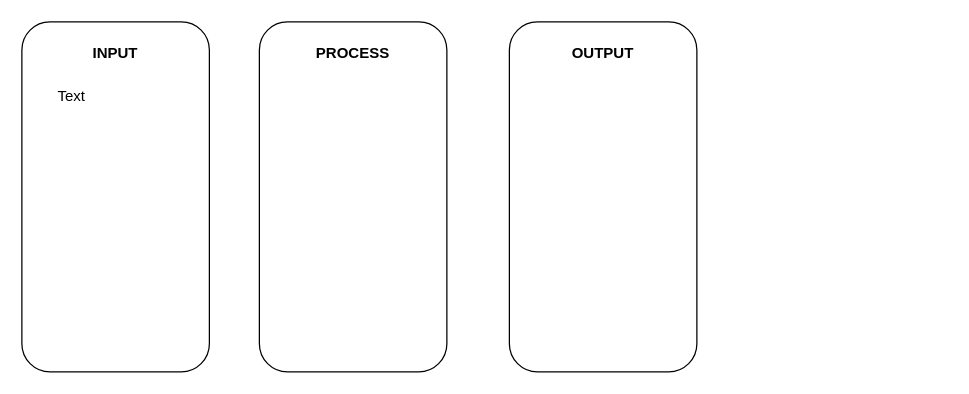
The draw.io diagram conceptual.drawio in AriesJ12/Full-fledge-website-first-, before the edit. Source tidied: cells renumbered, new cells numbered last; positions are measured from the earlier drawing's top-left corner, leaving out a move shared by most shapes. Both pictures are drawn from the tidied source at 125%, with x=0, y=0 at pixel (21, 21).
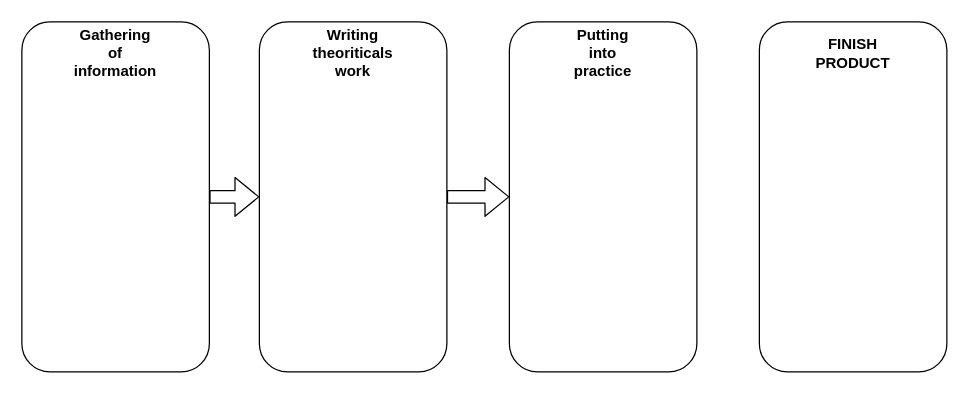
The same diagram, later.

Change to the diagram source:
```diff
@@
 <mxGraphModel>
   <root>
     <mxCell id="0" />
     <mxCell id="1" parent="0" />
+    <mxCell id="9" style="edgeStyle=none;html=1;exitX=1;exitY=0.5;exitDx=0;exitDy=0;entryX=0;entryY=0.5;entryDx=0;entryDy=0;shape=flexArrow;" parent="1" edge="1" source="2" target="3">
+      <mxGeometry relative="1" as="geometry" />
+    </mxCell>
     <mxCell id="2" style="rounded=1;whiteSpace=wrap;html=1;" parent="1" vertex="1">
       <mxGeometry width="150" height="280" as="geometry" />
     </mxCell>
+    <mxCell id="10" style="edgeStyle=none;shape=flexArrow;html=1;exitX=1;exitY=0.5;exitDx=0;exitDy=0;entryX=0;entryY=0.5;entryDx=0;entryDy=0;" parent="1" edge="1" source="3" target="4">
+      <mxGeometry relative="1" as="geometry" />
+    </mxCell>
     <mxCell id="3" style="rounded=1;whiteSpace=wrap;html=1;" parent="1" vertex="1">
       <mxGeometry x="190" width="150" height="280" as="geometry" />
     </mxCell>
     <mxCell id="4" style="rounded=1;whiteSpace=wrap;html=1;" parent="1" vertex="1">
       <mxGeometry x="390" width="150" height="280" as="geometry" />
     </mxCell>
-    <mxCell id="5" value="&lt;b&gt;INPUT&lt;/b&gt;" style="text;html=1;strokeColor=none;fillColor=none;align=center;verticalAlign=middle;whiteSpace=wrap;rounded=0;" parent="1" vertex="1">
+    <mxCell id="5" value="&lt;b&gt;Gathering of information&lt;/b&gt;" style="text;html=1;strokeColor=none;fillColor=none;align=center;verticalAlign=middle;whiteSpace=wrap;rounded=0;" parent="1" vertex="1">
       <mxGeometry x="45" y="10" width="60" height="30" as="geometry" />
     </mxCell>
-    <mxCell id="6" value="&lt;b&gt;PROCESS&lt;/b&gt;" style="text;html=1;strokeColor=none;fillColor=none;align=center;verticalAlign=middle;whiteSpace=wrap;rounded=0;" parent="1" vertex="1">
+    <mxCell id="6" value="&lt;b&gt;Writing theoriticals work&lt;/b&gt;" style="text;html=1;strokeColor=none;fillColor=none;align=center;verticalAlign=middle;whiteSpace=wrap;rounded=0;" parent="1" vertex="1">
       <mxGeometry x="235" y="10" width="60" height="30" as="geometry" />
     </mxCell>
-    <mxCell id="7" value="&lt;b&gt;OUTPUT&lt;/b&gt;" style="text;html=1;strokeColor=none;fillColor=none;align=center;verticalAlign=middle;whiteSpace=wrap;rounded=0;" parent="1" vertex="1">
+    <mxCell id="7" value="&lt;b&gt;Putting into practice&lt;/b&gt;" style="text;html=1;strokeColor=none;fillColor=none;align=center;verticalAlign=middle;whiteSpace=wrap;rounded=0;" parent="1" vertex="1">
       <mxGeometry x="435" y="10" width="60" height="30" as="geometry" />
     </mxCell>
-    <mxCell id="8" value="Text" style="text;html=1;strokeColor=none;fillColor=none;align=center;verticalAlign=middle;whiteSpace=wrap;rounded=0;" parent="1" vertex="1">
-      <mxGeometry y="40" width="80" height="40" as="geometry" />
-    </mxCell>
+    <mxCell id="11" style="rounded=1;whiteSpace=wrap;html=1;" parent="1" vertex="1">
+      <mxGeometry x="590" width="150" height="280" as="geometry" />
+    </mxCell>
+    <mxCell id="12" value="&lt;b&gt;FINISH PRODUCT&lt;/b&gt;" style="text;html=1;strokeColor=none;fillColor=none;align=center;verticalAlign=middle;whiteSpace=wrap;rounded=0;" parent="1" vertex="1">
+      <mxGeometry x="635" y="10" width="60" height="30" as="geometry" />
+    </mxCell>
   </root>
 </mxGraphModel>
```
